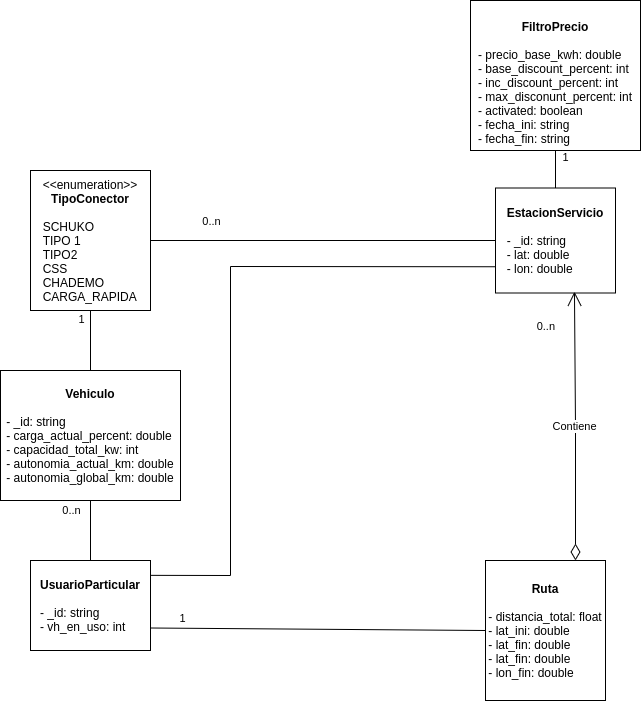
The draw.io diagram doc/img/diagrama-clases-v1.png in DomingoLopez/Charge-Your-Travel, before a commit. Source tidied: cells renumbered, new cells last; positions are measured from the earlier drawing's top-left corner, leaving out a move shared by most shapes. The source it was exported from:
```xml
<mxGraphModel>
  <root>
    <mxCell id="0" />
    <mxCell id="1" parent="0" />
    <mxCell id="2" value="&lt;b&gt;UsuarioParticular&lt;/b&gt;&lt;br&gt;&lt;br&gt;&lt;div style=&quot;text-align: left&quot;&gt;- _id: string&lt;/div&gt;&lt;div style=&quot;text-align: left&quot;&gt;- vh_en_uso: int&lt;/div&gt;" style="rounded=0;whiteSpace=wrap;html=1;" parent="1" vertex="1">
      <mxGeometry x="30" y="560" width="120" height="90" as="geometry" />
    </mxCell>
    <mxCell id="3" value="&lt;b&gt;Vehiculo&lt;/b&gt;&lt;br&gt;&lt;br&gt;&lt;div style=&quot;text-align: left&quot;&gt;- _id: string&lt;/div&gt;&lt;div style=&quot;text-align: left&quot;&gt;&lt;span&gt;- carga_actual_percent: double&lt;/span&gt;&lt;/div&gt;&lt;div style=&quot;text-align: left&quot;&gt;&lt;span&gt;- capacidad_total_kw: int&lt;/span&gt;&lt;/div&gt;&lt;div style=&quot;text-align: left&quot;&gt;- autonomia_actual_km: double&lt;/div&gt;&lt;div style=&quot;text-align: left&quot;&gt;- autonomia_global_km: double&lt;/div&gt;" style="rounded=0;whiteSpace=wrap;html=1;" parent="1" vertex="1">
      <mxGeometry y="370" width="180" height="130" as="geometry" />
    </mxCell>
    <mxCell id="4" value="&amp;lt;&amp;lt;enumeration&amp;gt;&amp;gt;&lt;br&gt;&lt;b&gt;TipoConector&lt;/b&gt;&lt;br&gt;&lt;br&gt;&lt;div style=&quot;text-align: left&quot;&gt;SCHUKO&lt;/div&gt;&lt;div style=&quot;text-align: left&quot;&gt;TIPO 1&lt;/div&gt;&lt;div style=&quot;text-align: left&quot;&gt;TIPO2&lt;/div&gt;&lt;div style=&quot;text-align: left&quot;&gt;CSS&lt;/div&gt;&lt;div style=&quot;text-align: left&quot;&gt;CHADEMO&lt;/div&gt;&lt;div style=&quot;text-align: left&quot;&gt;CARGA_RAPIDA&lt;/div&gt;" style="rounded=0;whiteSpace=wrap;html=1;" parent="1" vertex="1">
      <mxGeometry x="30" y="170" width="120" height="140" as="geometry" />
    </mxCell>
    <mxCell id="5" style="endArrow=none;html=1;rounded=0;entryX=0.5;entryY=1;entryDx=0;entryDy=0;exitX=0.5;exitY=0;exitDx=0;exitDy=0;" parent="1" edge="1" source="3" target="4">
      <mxGeometry relative="1" as="geometry" />
    </mxCell>
    <mxCell id="6" value="1" style="edgeLabel;html=1;align=center;verticalAlign=middle;" parent="5" vertex="1">
      <mxGeometry x="0.73" y="3" relative="1" as="geometry">
        <mxPoint x="-7" as="offset" />
      </mxGeometry>
    </mxCell>
    <mxCell id="7" style="endArrow=none;html=1;rounded=0;entryX=0.5;entryY=1;entryDx=0;entryDy=0;exitX=0.5;exitY=0;exitDx=0;exitDy=0;" parent="1" edge="1" source="2" target="3">
      <mxGeometry relative="1" as="geometry" />
    </mxCell>
    <mxCell id="8" value="0..n" style="edgeLabel;html=1;align=center;verticalAlign=middle;" parent="7" vertex="1">
      <mxGeometry x="0.7" y="1" relative="1" as="geometry">
        <mxPoint x="-19" as="offset" />
      </mxGeometry>
    </mxCell>
    <mxCell id="9" value="&lt;b&gt;EstacionServicio&lt;/b&gt;&lt;br&gt;&lt;br&gt;&lt;div style=&quot;text-align: left&quot;&gt;- _id: string&lt;/div&gt;&lt;div style=&quot;text-align: left&quot;&gt;- lat: double&lt;/div&gt;&lt;div style=&quot;text-align: left&quot;&gt;- lon: double&lt;/div&gt;" style="rounded=0;whiteSpace=wrap;html=1;" parent="1" vertex="1">
      <mxGeometry x="495" y="187.5" width="120" height="105" as="geometry" />
    </mxCell>
    <mxCell id="10" style="endArrow=none;html=1;rounded=0;exitX=1;exitY=0.5;exitDx=0;exitDy=0;entryX=0;entryY=0.5;entryDx=0;entryDy=0;" parent="1" edge="1" source="4" target="9">
      <mxGeometry relative="1" as="geometry" />
    </mxCell>
    <mxCell id="11" value="0..n" style="edgeLabel;html=1;align=center;verticalAlign=middle;" parent="10" vertex="1">
      <mxGeometry x="-0.68" y="1" relative="1" as="geometry">
        <mxPoint x="4" y="-19" as="offset" />
      </mxGeometry>
    </mxCell>
    <mxCell id="12" value="&lt;b&gt;Ruta&lt;/b&gt;&lt;br&gt;&lt;br&gt;&lt;div style=&quot;text-align: left&quot;&gt;- distancia_total: float&lt;/div&gt;&lt;div style=&quot;text-align: left&quot;&gt;&lt;div&gt;- lat_ini: double&lt;/div&gt;&lt;div&gt;- lat_fin: double&lt;/div&gt;&lt;/div&gt;&lt;div style=&quot;text-align: left&quot;&gt;- lat_fin: double&lt;/div&gt;&lt;div style=&quot;text-align: left&quot;&gt;- lon_fin: double&lt;/div&gt;" style="rounded=0;whiteSpace=wrap;html=1;align=center;" parent="1" vertex="1">
      <mxGeometry x="485" y="560" width="120" height="140" as="geometry" />
    </mxCell>
    <mxCell id="13" value="Contiene" style="endArrow=open;html=1;endSize=12;startArrow=diamondThin;startSize=14;startFill=0;edgeStyle=orthogonalEdgeStyle;rounded=0;exitX=0.75;exitY=0;exitDx=0;exitDy=0;entryX=0.658;entryY=0.988;entryDx=0;entryDy=0;entryPerimeter=0;" parent="1" edge="1" source="12" target="9">
      <mxGeometry relative="1" as="geometry" />
    </mxCell>
    <mxCell id="14" value="0..n" style="edgeLabel;html=1;align=right;verticalAlign=top;" parent="13" vertex="1">
      <mxGeometry x="1" relative="1" as="geometry">
        <mxPoint x="-19" y="21" as="offset" />
      </mxGeometry>
    </mxCell>
    <mxCell id="15" style="endArrow=none;html=1;rounded=0;exitX=1;exitY=0.75;exitDx=0;exitDy=0;entryX=0;entryY=0.5;entryDx=0;entryDy=0;" parent="1" edge="1" source="2" target="12">
      <mxGeometry relative="1" as="geometry" />
    </mxCell>
    <mxCell id="16" value="1" style="edgeLabel;html=1;align=center;verticalAlign=middle;" parent="15" vertex="1">
      <mxGeometry x="-0.82" y="2" relative="1" as="geometry">
        <mxPoint x="1" y="-8" as="offset" />
      </mxGeometry>
    </mxCell>
    <mxCell id="17" value="&lt;b&gt;&lt;br&gt;FiltroPrecio&lt;/b&gt;&lt;br&gt;&lt;br&gt;&lt;div style=&quot;text-align: left&quot;&gt;- precio_base_kwh: double&lt;/div&gt;&lt;div style=&quot;text-align: left&quot;&gt;- base_discount_percent: int&lt;/div&gt;&lt;div style=&quot;text-align: left&quot;&gt;- inc_discount_percent: int&lt;/div&gt;&lt;div style=&quot;text-align: left&quot;&gt;- max_disconunt_percent: int&lt;/div&gt;&lt;div style=&quot;text-align: left&quot;&gt;- activated: boolean&lt;/div&gt;&lt;div style=&quot;text-align: left&quot;&gt;- fecha_ini: string&lt;/div&gt;&lt;div style=&quot;text-align: left&quot;&gt;- fecha_fin: string&lt;/div&gt;" style="rounded=0;whiteSpace=wrap;html=1;" parent="1" vertex="1">
      <mxGeometry x="470" width="170" height="150" as="geometry" />
    </mxCell>
    <mxCell id="18" value="1" style="endArrow=none;html=1;rounded=0;exitX=0.5;exitY=0;exitDx=0;exitDy=0;entryX=0.5;entryY=1;entryDx=0;entryDy=0;" parent="1" edge="1" source="9" target="17">
      <mxGeometry x="0.65" y="-10" relative="1" as="geometry" />
    </mxCell>
    <mxCell id="19" style="endArrow=none;html=1;rounded=0;exitX=1;exitY=0.165;exitDx=0;exitDy=0;entryX=0;entryY=0.75;entryDx=0;entryDy=0;exitPerimeter=0;" parent="1" edge="1" source="2" target="9">
      <mxGeometry relative="1" as="geometry">
        <Array as="points">
          <mxPoint x="230" y="575" />
          <mxPoint x="230" y="266" />
        </Array>
      </mxGeometry>
    </mxCell>
  </root>
</mxGraphModel>
```
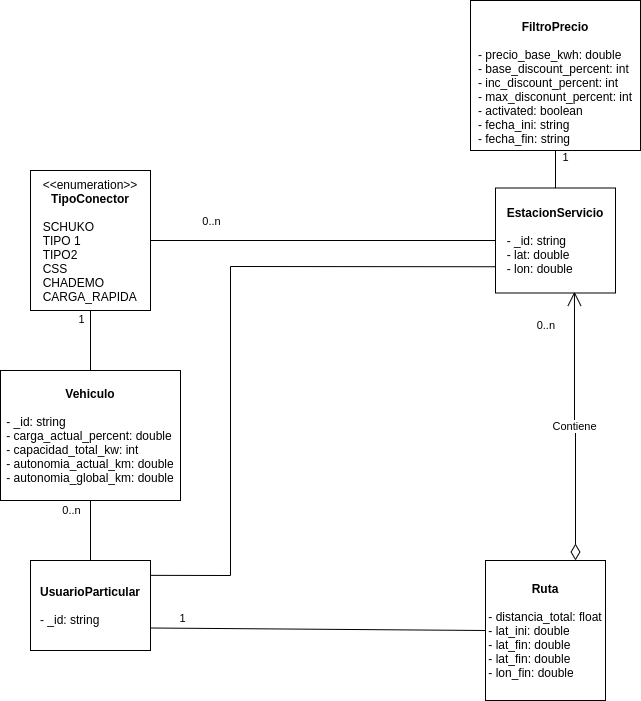
The same diagram one commit later.

Commit message:
closes #13; Implementada clase UsuarioParticular

Change to the diagram source:
```diff
@@ -2,7 +2,7 @@
   <root>
     <mxCell id="0" />
     <mxCell id="1" parent="0" />
-    <mxCell id="2" value="&lt;b&gt;UsuarioParticular&lt;/b&gt;&lt;br&gt;&lt;br&gt;&lt;div style=&quot;text-align: left&quot;&gt;- _id: string&lt;/div&gt;&lt;div style=&quot;text-align: left&quot;&gt;- vh_en_uso: int&lt;/div&gt;" style="rounded=0;whiteSpace=wrap;html=1;" parent="1" vertex="1">
+    <mxCell id="2" value="&lt;b&gt;UsuarioParticular&lt;/b&gt;&lt;br&gt;&lt;br&gt;&lt;div style=&quot;text-align: left&quot;&gt;- _id: string&lt;/div&gt;" style="rounded=0;whiteSpace=wrap;html=1;" parent="1" vertex="1">
       <mxGeometry x="30" y="560" width="120" height="90" as="geometry" />
     </mxCell>
     <mxCell id="3" value="&lt;b&gt;Vehiculo&lt;/b&gt;&lt;br&gt;&lt;br&gt;&lt;div style=&quot;text-align: left&quot;&gt;- _id: string&lt;/div&gt;&lt;div style=&quot;text-align: left&quot;&gt;&lt;span&gt;- carga_actual_percent: double&lt;/span&gt;&lt;/div&gt;&lt;div style=&quot;text-align: left&quot;&gt;&lt;span&gt;- capacidad_total_kw: int&lt;/span&gt;&lt;/div&gt;&lt;div style=&quot;text-align: left&quot;&gt;- autonomia_actual_km: double&lt;/div&gt;&lt;div style=&quot;text-align: left&quot;&gt;- autonomia_global_km: double&lt;/div&gt;" style="rounded=0;whiteSpace=wrap;html=1;" parent="1" vertex="1">
```
